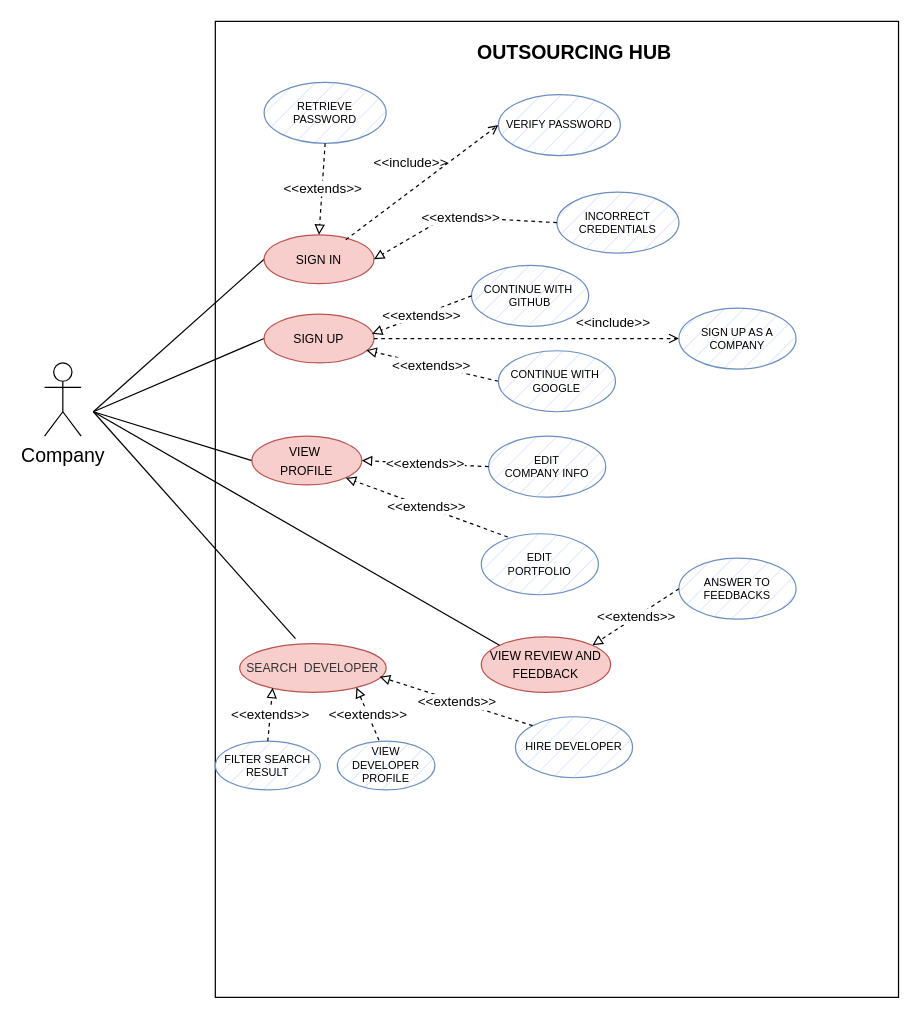
Earlier version of the draw.io diagram use_cases/use_cases_company.drawio (mattiadanisi00/ids). Source tidied: cells renumbered, new cells numbered last; positions are measured from the earlier drawing's top-left corner, leaving out a move shared by most shapes. Both pictures are drawn from the tidied source at 122%, with x=0, y=0 at pixel (44, 21).
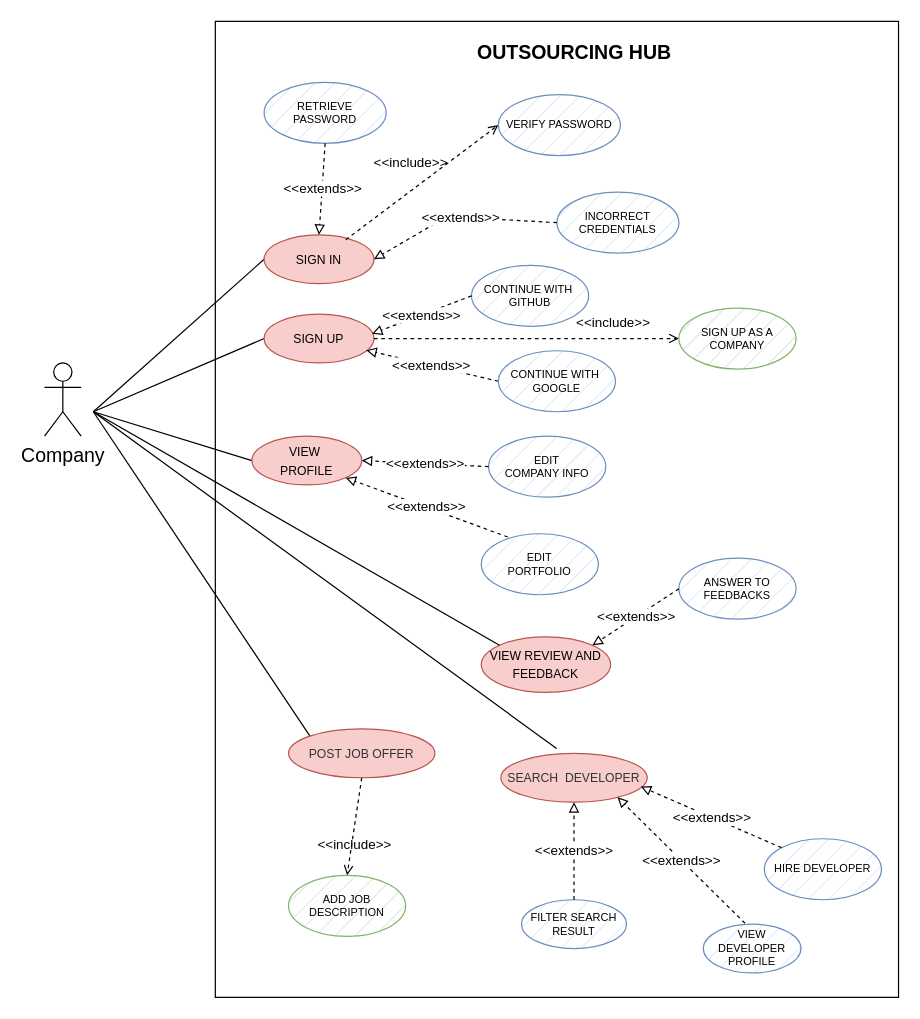
After the change.

Change to the diagram source:
```diff
@@
     <mxCell id="27" value="&lt;span style=&quot;caret-color: rgb(0, 0, 0); font-family: Helvetica; font-size: x-small; font-style: normal; font-variant-caps: normal; font-weight: 400; letter-spacing: normal; text-align: center; text-indent: 0px; text-transform: none; word-spacing: 0px; -webkit-text-stroke-width: 0px; text-decoration: none; float: none; display: inline !important;&quot;&gt;&lt;font color=&quot;#333333&quot;&gt;SEARCH &amp;nbsp;DEVELOPER&lt;/font&gt;&lt;/span&gt;" style="ellipse;whiteSpace=wrap;html=1;fillColor=#f8cecc;strokeColor=#b85450;" parent="1" vertex="1">
-      <mxGeometry x="160" y="510" width="120" height="40" as="geometry" />
+      <mxGeometry x="374" y="600" width="120" height="40" as="geometry" />
     </mxCell>
@@
     <mxCell id="29" value="&lt;font style=&quot;font-size: 9px;&quot;&gt;HIRE DEVELOPER&lt;br style=&quot;font-size: 9px;&quot;&gt;&lt;/font&gt;" style="ellipse;whiteSpace=wrap;html=1;fillColor=#dae8fc;strokeColor=#6c8ebf;fontSize=9;strokeWidth=1;fillStyle=hatch;" parent="1" vertex="1">
-      <mxGeometry x="386" y="570" width="96" height="50" as="geometry" />
+      <mxGeometry x="590" y="670" width="96" height="50" as="geometry" />
     </mxCell>
     <mxCell id="30" value="&lt;font style=&quot;font-size: 9px;&quot;&gt;FILTER SEARCH RESULT&lt;br style=&quot;font-size: 9px;&quot;&gt;&lt;/font&gt;" style="ellipse;whiteSpace=wrap;html=1;fillColor=#dae8fc;strokeColor=#6c8ebf;fontSize=9;strokeWidth=1;fillStyle=hatch;" parent="1" vertex="1">
-      <mxGeometry x="140" y="590" width="86" height="40" as="geometry" />
+      <mxGeometry x="391" y="720" width="86" height="40" as="geometry" />
     </mxCell>
     <mxCell id="31" value="&lt;font style=&quot;font-size: 9px;&quot;&gt;VIEW DEVELOPER PROFILE&lt;br style=&quot;font-size: 9px;&quot;&gt;&lt;/font&gt;" style="ellipse;whiteSpace=wrap;html=1;fillColor=#dae8fc;strokeColor=#6c8ebf;fontSize=9;strokeWidth=1;fillStyle=hatch;" parent="1" vertex="1">
-      <mxGeometry x="240" y="590" width="80" height="40" as="geometry" />
+      <mxGeometry x="540" y="740" width="80" height="40" as="geometry" />
     </mxCell>
-    <mxCell id="32" value="&amp;lt;&amp;lt;extends&amp;gt;&amp;gt;" style="endArrow=block;endFill=0;html=1;rounded=0;dashed=1;exitX=0.5;exitY=0;exitDx=0;exitDy=0;entryX=0.225;entryY=0.906;entryDx=0;entryDy=0;entryPerimeter=0;" parent="1" edge="1" source="30" target="27">
+    <mxCell id="32" value="&amp;lt;&amp;lt;extends&amp;gt;&amp;gt;" style="endArrow=block;endFill=0;html=1;rounded=0;dashed=1;exitX=0.5;exitY=0;exitDx=0;exitDy=0;entryX=0.5;entryY=1;entryDx=0;entryDy=0;" parent="1" edge="1" source="30" target="27">
       <mxGeometry relative="1" as="geometry" />
     </mxCell>
@@
-    <mxCell id="38" value="&lt;font style=&quot;font-size: 9px;&quot;&gt;SIGN UP AS A COMPANY&lt;br style=&quot;font-size: 9px;&quot;&gt;&lt;/font&gt;" style="ellipse;whiteSpace=wrap;html=1;fillColor=#dae8fc;strokeColor=#6c8ebf;fontSize=9;strokeWidth=1;fillStyle=hatch;" parent="1" vertex="1">
+    <mxCell id="38" value="&lt;font style=&quot;font-size: 9px;&quot;&gt;SIGN UP AS A COMPANY&lt;br style=&quot;font-size: 9px;&quot;&gt;&lt;/font&gt;" style="ellipse;whiteSpace=wrap;html=1;fillColor=#d5e8d4;strokeColor=#82b366;fontSize=9;strokeWidth=1;fillStyle=hatch;" parent="1" vertex="1">
       <mxGeometry x="520" y="235" width="96" height="50" as="geometry" />
     </mxCell>
+    <mxCell id="39" style="rounded=0;jettySize=auto;html=1;exitX=0;exitY=0;exitDx=0;exitDy=0;endArrow=none;endFill=0;" parent="1" edge="1" source="40">
+      <mxGeometry relative="1" as="geometry">
+        <mxPoint x="40" y="320" as="targetPoint" />
+      </mxGeometry>
+    </mxCell>
+    <mxCell id="40" value="&lt;font size=&quot;1&quot; color=&quot;#333333&quot;&gt;POST JOB OFFER&lt;/font&gt;" style="ellipse;whiteSpace=wrap;html=1;fillColor=#f8cecc;strokeColor=#b85450;" parent="1" vertex="1">
+      <mxGeometry x="200" y="580" width="120" height="40" as="geometry" />
+    </mxCell>
+    <mxCell id="41" value="&lt;font style=&quot;font-size: 9px;&quot;&gt;ADD JOB&lt;br&gt;DESCRIPTION&lt;br style=&quot;font-size: 9px;&quot;&gt;&lt;/font&gt;" style="ellipse;whiteSpace=wrap;html=1;fillColor=#d5e8d4;strokeColor=#82b366;fontSize=9;strokeWidth=1;fillStyle=hatch;" parent="1" vertex="1">
+      <mxGeometry x="200" y="700" width="96" height="50" as="geometry" />
+    </mxCell>
+    <mxCell id="42" value="&amp;lt;&amp;lt;include&amp;gt;&amp;gt;" style="html=1;verticalAlign=bottom;labelBackgroundColor=none;endArrow=open;endFill=0;dashed=1;rounded=0;exitX=0.5;exitY=1;exitDx=0;exitDy=0;entryX=0.5;entryY=0;entryDx=0;entryDy=0;" parent="1" edge="1" source="40" target="41">
+      <mxGeometry x="0.57" y="4" relative="1" as="geometry" />
+    </mxCell>
```
